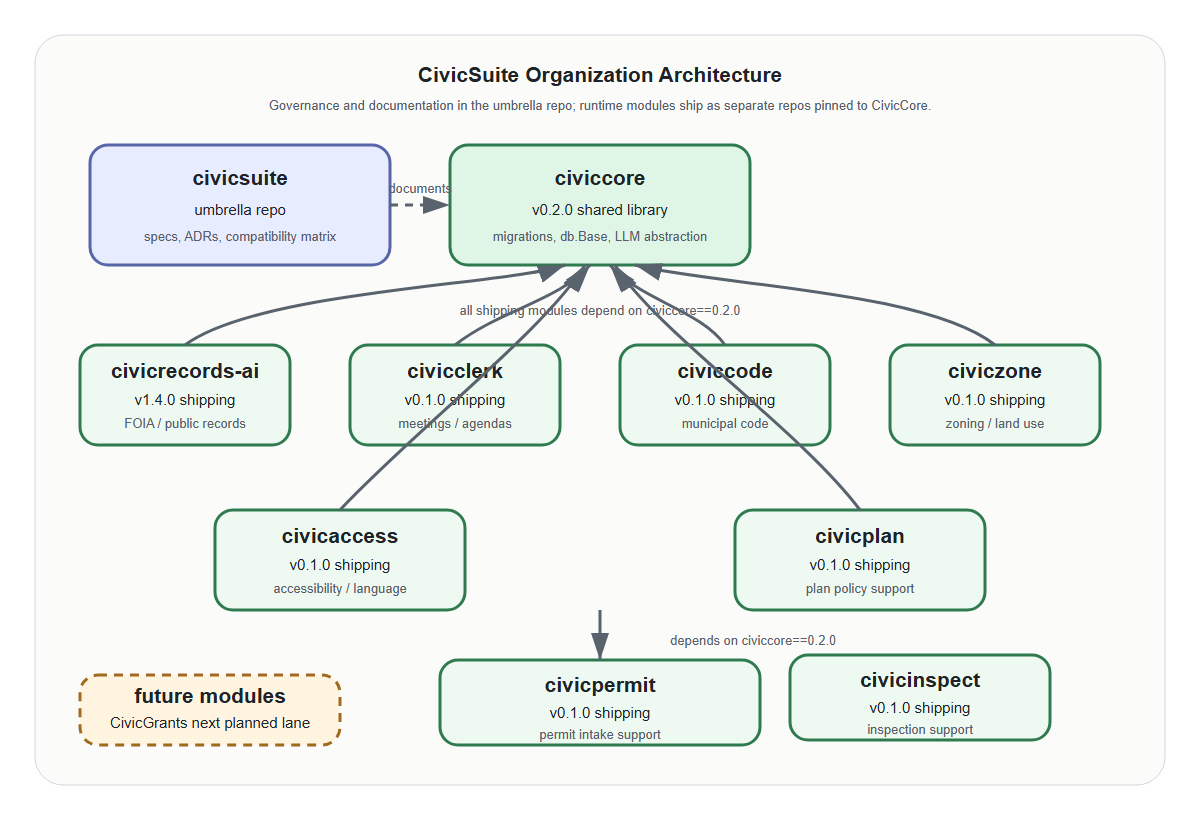
Earlier version of the Mermaid export docs/diagrams/suite-architecture.png (CivicSuite/civicsuite). Its source is kept beside it as docs/diagrams/suite-architecture.mmd.
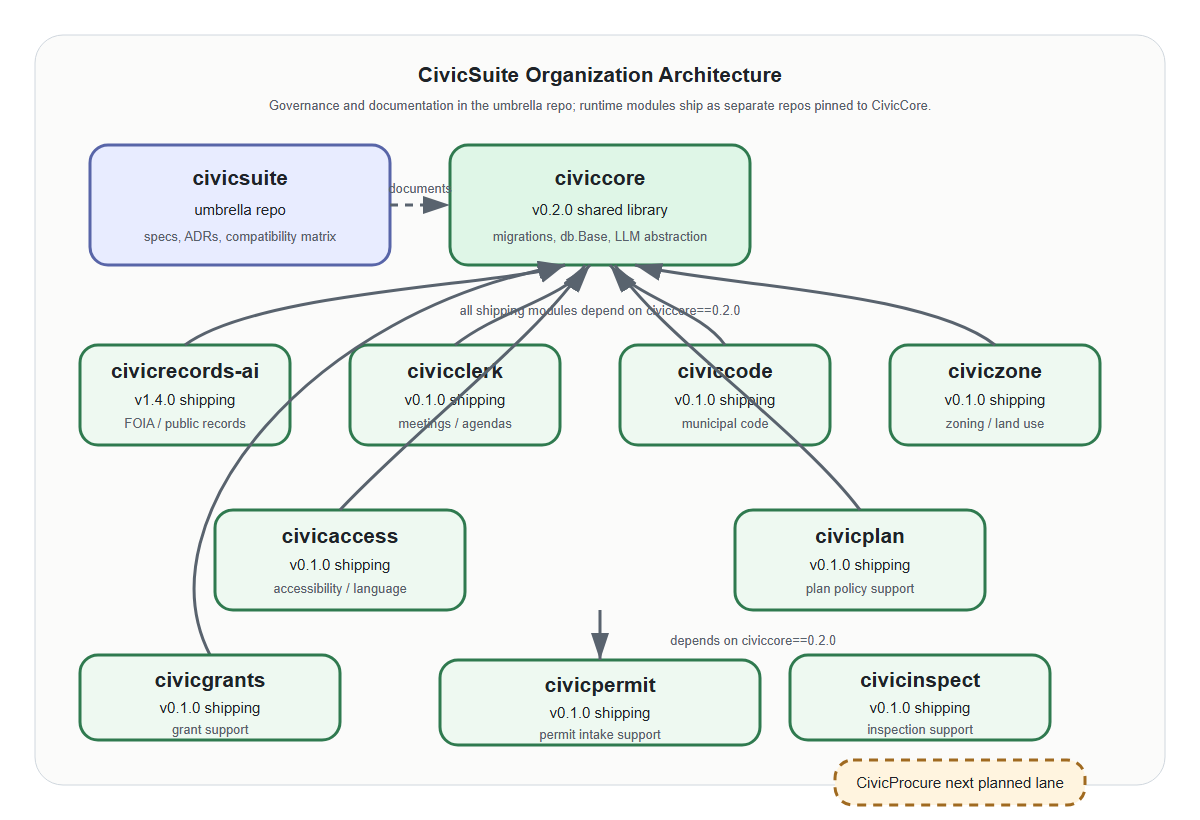
After the commit.

Diff of the diagram source:
```diff
@@ -12,9 +12,10 @@
         Plan["civicplan<br/>v0.1.0<br/>plan policy support"]
         Permit["civicpermit<br/>v0.1.0<br/>permit intake support"]
         Inspect["civicinspect<br/>v0.1.0<br/>inspection support"]
+        Grants["civicgrants<br/>v0.1.0<br/>grant support"]
     end
     subgraph FUTURE["Future modules - planned, not started"]
-        Grants["civicgrants<br/>next planned lane"]
+        Procure["civicprocure<br/>next planned lane"]
     end
     SuiteRepo -.documents.-> Core
     SuiteRepo -.documents.-> Records
@@ -26,7 +27,7 @@
     SuiteRepo -.governs.-> Permit
     SuiteRepo -.governs.-> Inspect
     SuiteRepo -.governs.-> Grants
-    SuiteRepo -.governs.-> Permit
+    SuiteRepo -.governs.-> Procure
     Records -->|"depends on ==0.2.0"| Core
     Clerk -->|"depends on ==0.2.0"| Core
     Code -->|"depends on ==0.2.0"| Core
@@ -35,6 +36,7 @@
     Plan -->|"depends on ==0.2.0"| Core
     Permit -->|"depends on ==0.2.0"| Core
     Inspect -->|"depends on ==0.2.0"| Core
+    Grants -->|"depends on ==0.2.0"| Core
     classDef shipping fill:#d4f4dd,stroke:#3a7a4a,stroke-width:2px,color:#000
     classDef governance fill:#e1e1ff,stroke:#5a5aa0,stroke-width:2px,color:#000
     classDef future fill:#fff4e1,stroke:#a08040,stroke-width:1px,stroke-dasharray:5 5,color:#000
@@ -49,4 +51,5 @@
     class Plan shipping
     class Permit shipping
     class Inspect shipping
-    class Grants future
+    class Grants shipping
+    class Procure future
```
